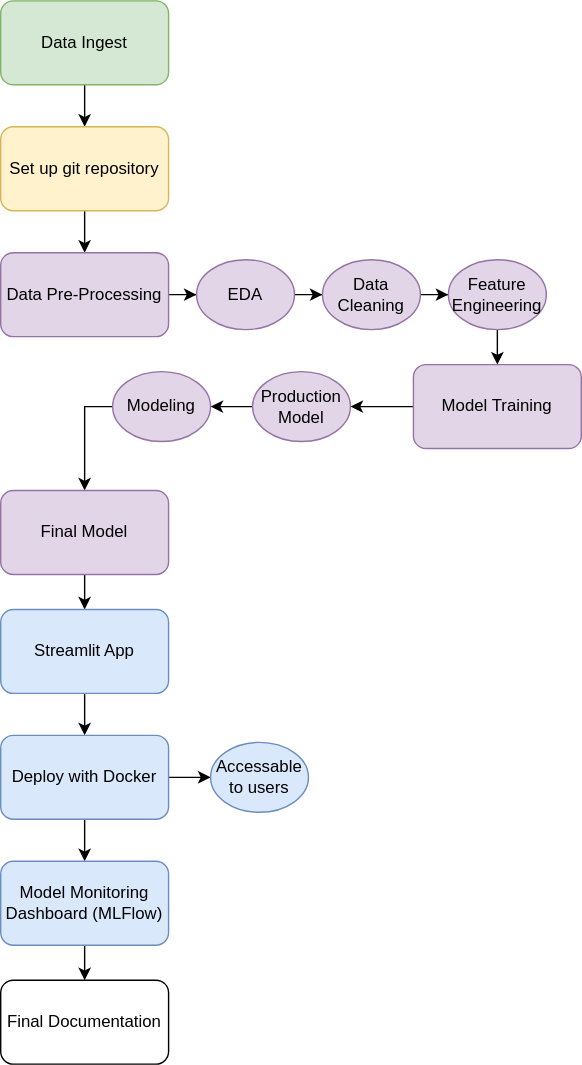
This is process-diagram/processdiagram.drawio.svg from kyllan16693/Data-Science-Salary-Prediction, a draw.io export, as it was before one commit. Source tidied: cells renumbered, new cells last; positions are measured from the earlier drawing's top-left corner, leaving out a move shared by most shapes. The source it was exported from:
```xml
<mxGraphModel>
  <root>
    <mxCell id="0" />
    <mxCell id="1" parent="0" />
    <mxCell id="2" style="edgeStyle=orthogonalEdgeStyle;rounded=0;jettySize=auto;html=1;" parent="1" edge="1" source="3" target="5">
      <mxGeometry relative="1" as="geometry" />
    </mxCell>
    <mxCell id="3" value="Data Ingest" style="rounded=1;whiteSpace=wrap;html=1;fillColor=#d5e8d4;strokeColor=#82b366;" parent="1" vertex="1">
      <mxGeometry width="120" height="60" as="geometry" />
    </mxCell>
    <mxCell id="4" style="edgeStyle=orthogonalEdgeStyle;rounded=0;jettySize=auto;html=1;" parent="1" edge="1" source="5" target="7">
      <mxGeometry relative="1" as="geometry" />
    </mxCell>
    <mxCell id="5" value="Set up git repository" style="rounded=1;whiteSpace=wrap;html=1;fillColor=#fff2cc;strokeColor=#d6b656;" parent="1" vertex="1">
      <mxGeometry y="90" width="120" height="60" as="geometry" />
    </mxCell>
    <mxCell id="6" style="edgeStyle=orthogonalEdgeStyle;rounded=0;jettySize=auto;html=1;entryX=0;entryY=0.5;entryDx=0;entryDy=0;" parent="1" edge="1" source="7" target="9">
      <mxGeometry relative="1" as="geometry" />
    </mxCell>
    <mxCell id="7" value="Data Pre-Processing" style="rounded=1;whiteSpace=wrap;html=1;fillColor=#e1d5e7;strokeColor=#9673a6;" parent="1" vertex="1">
      <mxGeometry y="180" width="120" height="60" as="geometry" />
    </mxCell>
    <mxCell id="8" style="edgeStyle=orthogonalEdgeStyle;rounded=0;jettySize=auto;html=1;exitX=1;exitY=0.5;exitDx=0;exitDy=0;" parent="1" edge="1" source="9" target="11">
      <mxGeometry relative="1" as="geometry" />
    </mxCell>
    <mxCell id="9" value="EDA" style="ellipse;whiteSpace=wrap;html=1;fillColor=#e1d5e7;strokeColor=#9673a6;" parent="1" vertex="1">
      <mxGeometry x="140" y="185" width="70" height="50" as="geometry" />
    </mxCell>
    <mxCell id="10" style="edgeStyle=orthogonalEdgeStyle;rounded=0;jettySize=auto;html=1;entryX=0;entryY=0.5;entryDx=0;entryDy=0;" parent="1" edge="1" source="11" target="27">
      <mxGeometry relative="1" as="geometry" />
    </mxCell>
    <mxCell id="11" value="Data Cleaning" style="ellipse;whiteSpace=wrap;html=1;fillColor=#e1d5e7;strokeColor=#9673a6;" parent="1" vertex="1">
      <mxGeometry x="230" y="185" width="70" height="50" as="geometry" />
    </mxCell>
    <mxCell id="12" style="edgeStyle=orthogonalEdgeStyle;rounded=0;jettySize=auto;html=1;" parent="1" edge="1" source="13" target="17">
      <mxGeometry relative="1" as="geometry">
        <Array as="points">
          <mxPoint x="60" y="290" />
        </Array>
      </mxGeometry>
    </mxCell>
    <mxCell id="13" value="Modeling" style="ellipse;whiteSpace=wrap;html=1;fillColor=#e1d5e7;strokeColor=#9673a6;" parent="1" vertex="1">
      <mxGeometry x="80" y="265" width="70" height="50" as="geometry" />
    </mxCell>
    <mxCell id="14" style="edgeStyle=orthogonalEdgeStyle;rounded=0;jettySize=auto;html=1;entryX=1;entryY=0.5;entryDx=0;entryDy=0;" parent="1" edge="1" source="15" target="13">
      <mxGeometry relative="1" as="geometry" />
    </mxCell>
    <mxCell id="15" value="Production Model" style="ellipse;whiteSpace=wrap;html=1;fillColor=#e1d5e7;strokeColor=#9673a6;" parent="1" vertex="1">
      <mxGeometry x="180" y="265" width="70" height="50" as="geometry" />
    </mxCell>
    <mxCell id="16" style="edgeStyle=orthogonalEdgeStyle;rounded=0;jettySize=auto;html=1;entryX=0.5;entryY=0;entryDx=0;entryDy=0;" parent="1" edge="1" source="17" target="19">
      <mxGeometry relative="1" as="geometry" />
    </mxCell>
    <mxCell id="17" value="Final Model" style="rounded=1;whiteSpace=wrap;html=1;fillColor=#e1d5e7;strokeColor=#9673a6;" parent="1" vertex="1">
      <mxGeometry y="350" width="120" height="60" as="geometry" />
    </mxCell>
    <mxCell id="18" style="edgeStyle=orthogonalEdgeStyle;rounded=0;jettySize=auto;html=1;" parent="1" edge="1" source="19" target="22">
      <mxGeometry relative="1" as="geometry" />
    </mxCell>
    <mxCell id="19" value="Streamlit App" style="rounded=1;whiteSpace=wrap;html=1;fillColor=#dae8fc;strokeColor=#6c8ebf;" parent="1" vertex="1">
      <mxGeometry y="435" width="120" height="60" as="geometry" />
    </mxCell>
    <mxCell id="20" style="edgeStyle=orthogonalEdgeStyle;rounded=0;jettySize=auto;html=1;" parent="1" edge="1" source="22" target="25">
      <mxGeometry relative="1" as="geometry" />
    </mxCell>
    <mxCell id="21" style="edgeStyle=orthogonalEdgeStyle;rounded=0;jettySize=auto;html=1;entryX=0;entryY=0.5;entryDx=0;entryDy=0;" parent="1" edge="1" source="22" target="23">
      <mxGeometry relative="1" as="geometry" />
    </mxCell>
    <mxCell id="22" value="Deploy with Docker" style="rounded=1;whiteSpace=wrap;html=1;fillColor=#dae8fc;strokeColor=#6c8ebf;" parent="1" vertex="1">
      <mxGeometry y="525" width="120" height="60" as="geometry" />
    </mxCell>
    <mxCell id="23" value="Accessable to users" style="ellipse;whiteSpace=wrap;html=1;fillColor=#dae8fc;strokeColor=#6c8ebf;" parent="1" vertex="1">
      <mxGeometry x="150" y="530" width="70" height="50" as="geometry" />
    </mxCell>
    <mxCell id="24" style="edgeStyle=orthogonalEdgeStyle;rounded=0;jettySize=auto;html=1;" parent="1" edge="1" source="25" target="30">
      <mxGeometry relative="1" as="geometry" />
    </mxCell>
    <mxCell id="25" value="Model Monitoring Dashboard (MLFlow)" style="rounded=1;whiteSpace=wrap;html=1;fillColor=#dae8fc;strokeColor=#6c8ebf;" parent="1" vertex="1">
      <mxGeometry y="615" width="120" height="60" as="geometry" />
    </mxCell>
    <mxCell id="26" style="edgeStyle=orthogonalEdgeStyle;rounded=0;jettySize=auto;html=1;" parent="1" edge="1" source="27" target="29">
      <mxGeometry relative="1" as="geometry" />
    </mxCell>
    <mxCell id="27" value="Feature Engineering" style="ellipse;whiteSpace=wrap;html=1;fillColor=#e1d5e7;strokeColor=#9673a6;" parent="1" vertex="1">
      <mxGeometry x="320" y="185" width="70" height="50" as="geometry" />
    </mxCell>
    <mxCell id="28" style="edgeStyle=orthogonalEdgeStyle;rounded=0;jettySize=auto;html=1;" parent="1" edge="1" source="29" target="15">
      <mxGeometry relative="1" as="geometry" />
    </mxCell>
    <mxCell id="29" value="Model Training" style="rounded=1;whiteSpace=wrap;html=1;fillColor=#e1d5e7;strokeColor=#9673a6;" parent="1" vertex="1">
      <mxGeometry x="295" y="260" width="120" height="60" as="geometry" />
    </mxCell>
    <mxCell id="30" value="Final Documentation" style="rounded=1;whiteSpace=wrap;html=1;" parent="1" vertex="1">
      <mxGeometry y="700" width="120" height="60" as="geometry" />
    </mxCell>
  </root>
</mxGraphModel>
```
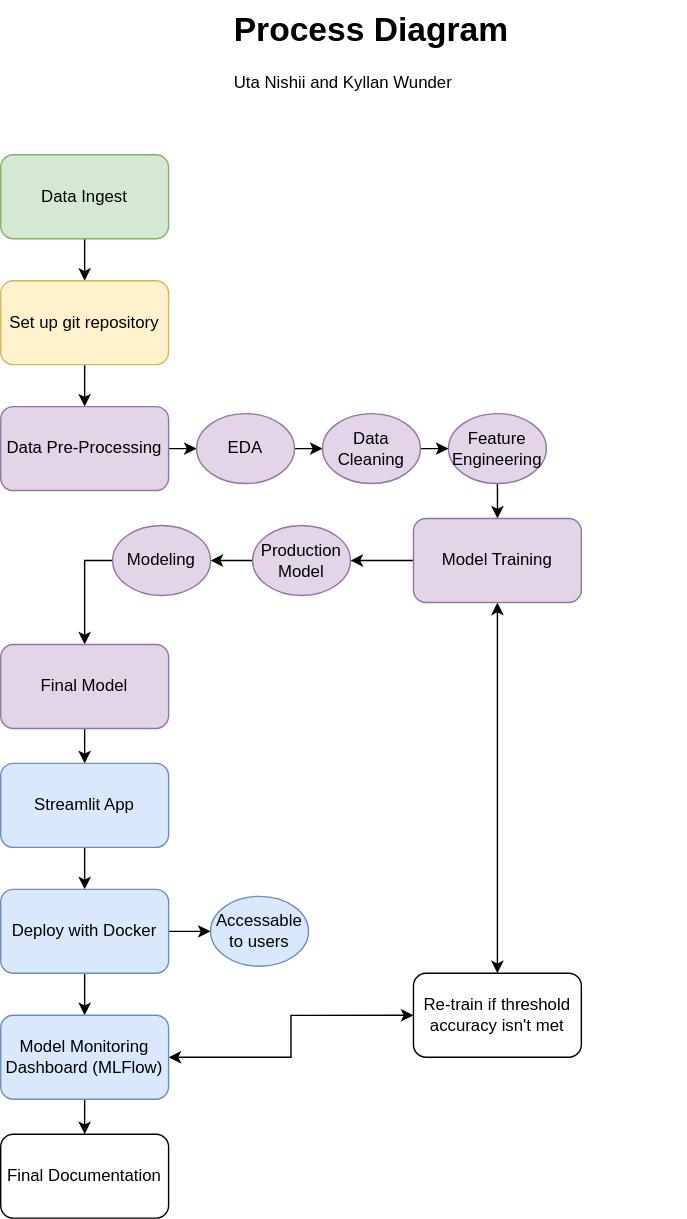
After the change.

Commit message:
updating process diagram

Diff of the diagram source:
```diff
@@ -75,6 +75,9 @@
     <mxCell id="24" style="edgeStyle=orthogonalEdgeStyle;rounded=0;jettySize=auto;html=1;" parent="1" edge="1" source="25" target="30">
       <mxGeometry relative="1" as="geometry" />
     </mxCell>
+    <mxCell id="31" style="edgeStyle=orthogonalEdgeStyle;rounded=0;jettySize=auto;html=1;entryX=0;entryY=0.5;entryDx=0;entryDy=0;startArrow=classic;startFill=1;" parent="1" edge="1" source="25" target="34">
+      <mxGeometry relative="1" as="geometry" />
+    </mxCell>
     <mxCell id="25" value="Model Monitoring Dashboard (MLFlow)" style="rounded=1;whiteSpace=wrap;html=1;fillColor=#dae8fc;strokeColor=#6c8ebf;" parent="1" vertex="1">
       <mxGeometry y="615" width="120" height="60" as="geometry" />
     </mxCell>
@@ -87,11 +90,20 @@
     <mxCell id="28" style="edgeStyle=orthogonalEdgeStyle;rounded=0;jettySize=auto;html=1;" parent="1" edge="1" source="29" target="15">
       <mxGeometry relative="1" as="geometry" />
     </mxCell>
+    <mxCell id="32" style="edgeStyle=orthogonalEdgeStyle;rounded=0;jettySize=auto;html=1;startArrow=classic;startFill=1;" parent="1" edge="1" source="29" target="34">
+      <mxGeometry relative="1" as="geometry" />
+    </mxCell>
     <mxCell id="29" value="Model Training" style="rounded=1;whiteSpace=wrap;html=1;fillColor=#e1d5e7;strokeColor=#9673a6;" parent="1" vertex="1">
       <mxGeometry x="295" y="260" width="120" height="60" as="geometry" />
     </mxCell>
     <mxCell id="30" value="Final Documentation" style="rounded=1;whiteSpace=wrap;html=1;" parent="1" vertex="1">
       <mxGeometry y="700" width="120" height="60" as="geometry" />
     </mxCell>
+    <mxCell id="33" value="&lt;h1 style=&quot;margin-top: 0px;&quot;&gt;Process Diagram&lt;/h1&gt;&lt;p&gt;Uta Nishii and Kyllan Wunder&lt;/p&gt;" style="text;html=1;whiteSpace=wrap;overflow=hidden;rounded=0;" parent="1" vertex="1">
+      <mxGeometry x="165" y="-110" width="325" height="120" as="geometry" />
+    </mxCell>
+    <mxCell id="34" value="Re-train if threshold accuracy isn't met" style="rounded=1;whiteSpace=wrap;html=1;" parent="1" vertex="1">
+      <mxGeometry x="295" y="585" width="120" height="60" as="geometry" />
+    </mxCell>
   </root>
 </mxGraphModel>
```
